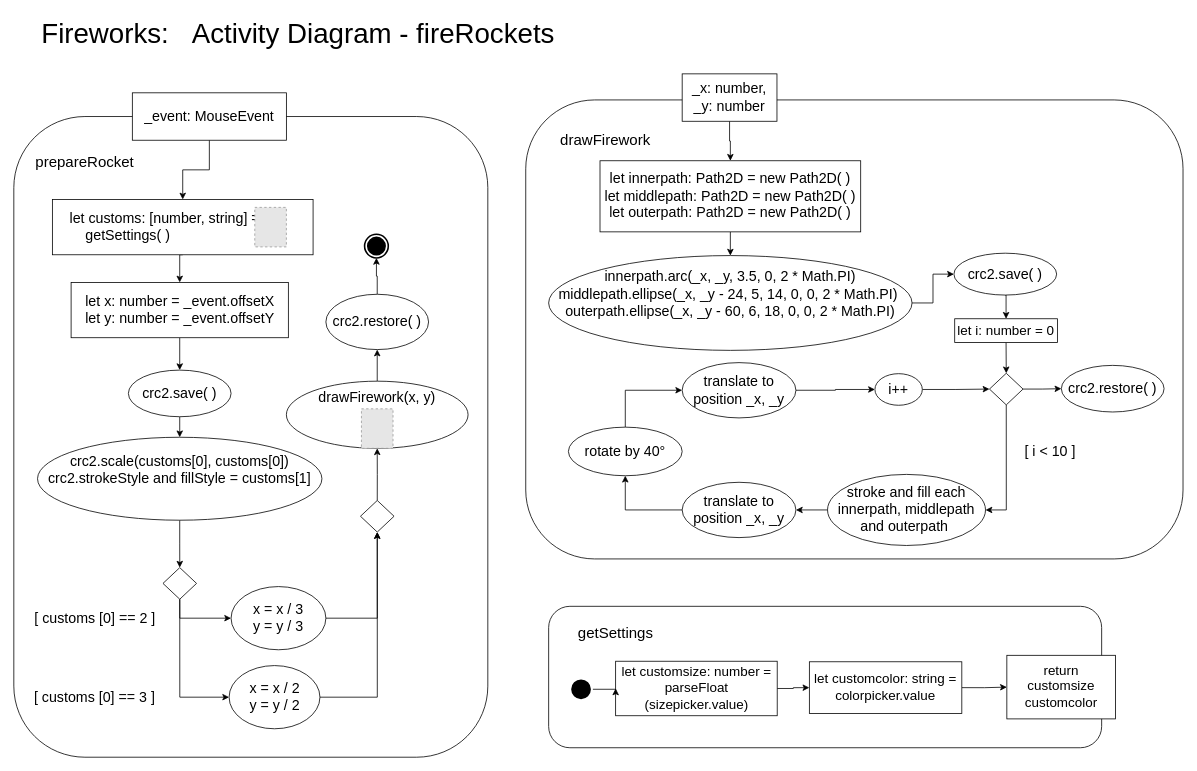
Earlier version of the draw.io diagram page "Activity Diagram - fireRockets" (5 of 5) of Konzept/Konzept.drawio (alinamarx/EIA2-EndabgabeWiSe22-23). Source tidied: cells renumbered, new cells numbered last; positions are measured from the earlier drawing's top-left corner, leaving out a move shared by most shapes. Both pictures are drawn from the tidied source at 79%, with x=0, y=0 at pixel (13, 13). Pictures stored in the file or linked from it are replaced by grey dashed boxes.
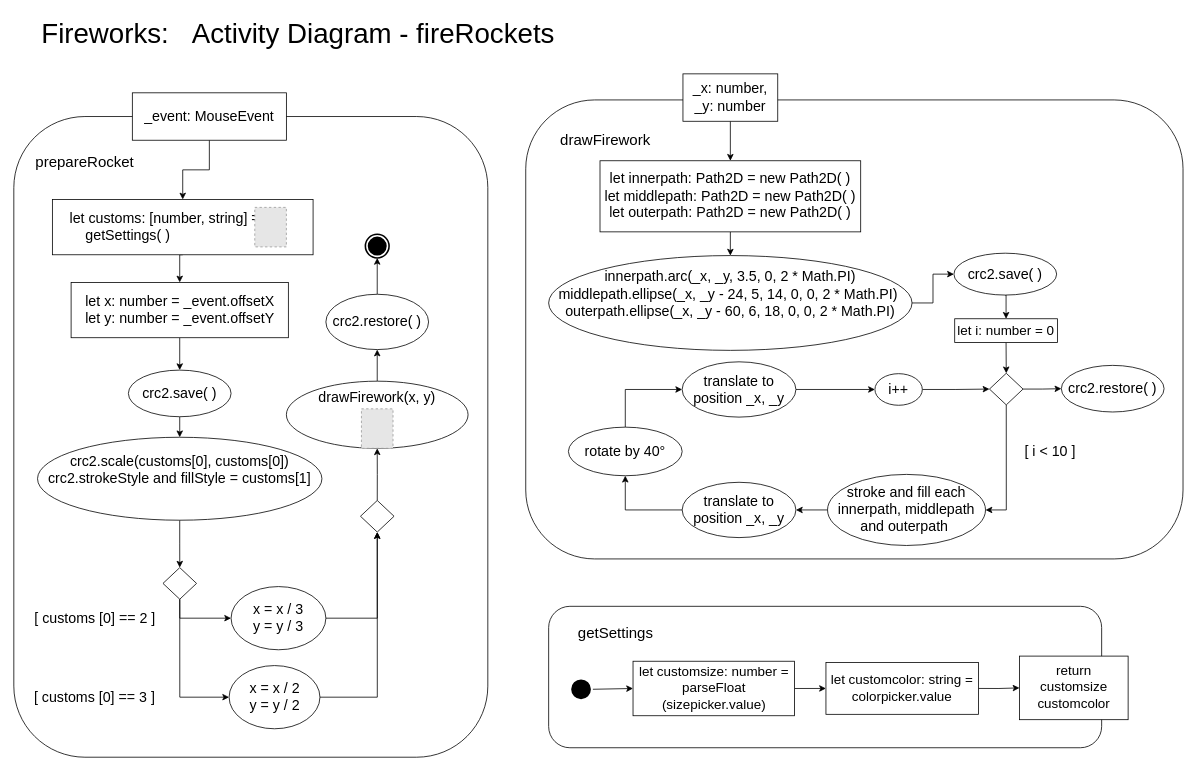
After the change.

The change refers to these unchanged cells:
```xml
<mxCell id="67" style="ellipse;html=1;shape=startState;fillColor=#000000;strokeColor=#000000;strokeWidth=3;" parent="1" vertex="1">
  <mxGeometry x="703" y="840" width="30" height="30" as="geometry" />
</mxCell>
```

Change to the diagram source:
```diff
@@
     <mxCell id="31" style="ellipse;html=1;shape=endState;fillColor=#000000;strokeColor=#000000;strokeWidth=2;fontSize=18;" parent="1" vertex="1">
-      <mxGeometry x="444" y="279" width="30" height="30" as="geometry" />
+      <mxGeometry x="445" y="279" width="30" height="30" as="geometry" />
     </mxCell>
@@
     <mxCell id="38" value="_x: number,&lt;br&gt;_y: number" style="rounded=0;whiteSpace=wrap;html=1;fillStyle=auto;strokeColor=#000000;strokeWidth=1;fontSize=18;" parent="1" vertex="1">
-      <mxGeometry x="846" y="76" width="120" height="60" as="geometry" />
+      <mxGeometry x="847" y="76" width="120" height="60" as="geometry" />
     </mxCell>
@@
     <mxCell id="59" value="translate to position _x, _y" style="ellipse;whiteSpace=wrap;html=1;fillStyle=auto;strokeColor=#000000;strokeWidth=1;fontSize=18;" parent="1" vertex="1">
-      <mxGeometry x="846" y="441.5" width="144" height="70" as="geometry" />
+      <mxGeometry x="846" y="440.5" width="144" height="70" as="geometry" />
     </mxCell>
@@
     <mxCell id="65" value="let customsize: number = parseFloat (sizepicker.value)" style="rounded=0;whiteSpace=wrap;html=1;fillStyle=auto;strokeColor=#000000;strokeWidth=1;fontSize=17;" parent="1" vertex="1">
-      <mxGeometry x="761.8" y="819.5" width="204.5" height="69" as="geometry" />
+      <mxGeometry x="783.8" y="819.5" width="204.5" height="69" as="geometry" />
     </mxCell>
-    <mxCell id="66" style="edgeStyle=orthogonalEdgeStyle;rounded=0;jettySize=auto;html=1;exitX=1;exitY=0.5;exitDx=0;exitDy=0;entryX=0;entryY=0.5;entryDx=0;entryDy=0;fontSize=17;endArrow=classic;endFill=1;" parent="1" edge="1" source="67" target="65">
+    <mxCell id="66" style="jettySize=auto;html=1;exitX=1;exitY=0.5;exitDx=0;exitDy=0;entryX=0;entryY=0.5;entryDx=0;entryDy=0;fontSize=18;endArrow=classic;endFill=1;" parent="1" edge="1" source="67" target="65">
       <mxGeometry relative="1" as="geometry" />
     </mxCell>
@@
     <mxCell id="69" value="let customcolor: string = colorpicker.value" style="rounded=0;whiteSpace=wrap;html=1;fillStyle=auto;strokeColor=#000000;strokeWidth=1;fontSize=17;" parent="1" vertex="1">
-      <mxGeometry x="1007" y="820.2" width="193" height="65.5" as="geometry" />
+      <mxGeometry x="1028" y="821.2" width="193" height="65.5" as="geometry" />
     </mxCell>
     <mxCell id="70" value="return&lt;br&gt;customsize&lt;br&gt;customcolor" style="rounded=0;whiteSpace=wrap;html=1;fillStyle=auto;strokeColor=#000000;strokeWidth=1;fontSize=17;" parent="1" vertex="1">
-      <mxGeometry x="1257" y="812" width="137.5" height="80.5" as="geometry" />
+      <mxGeometry x="1273" y="813" width="137.5" height="80.5" as="geometry" />
     </mxCell>
```
